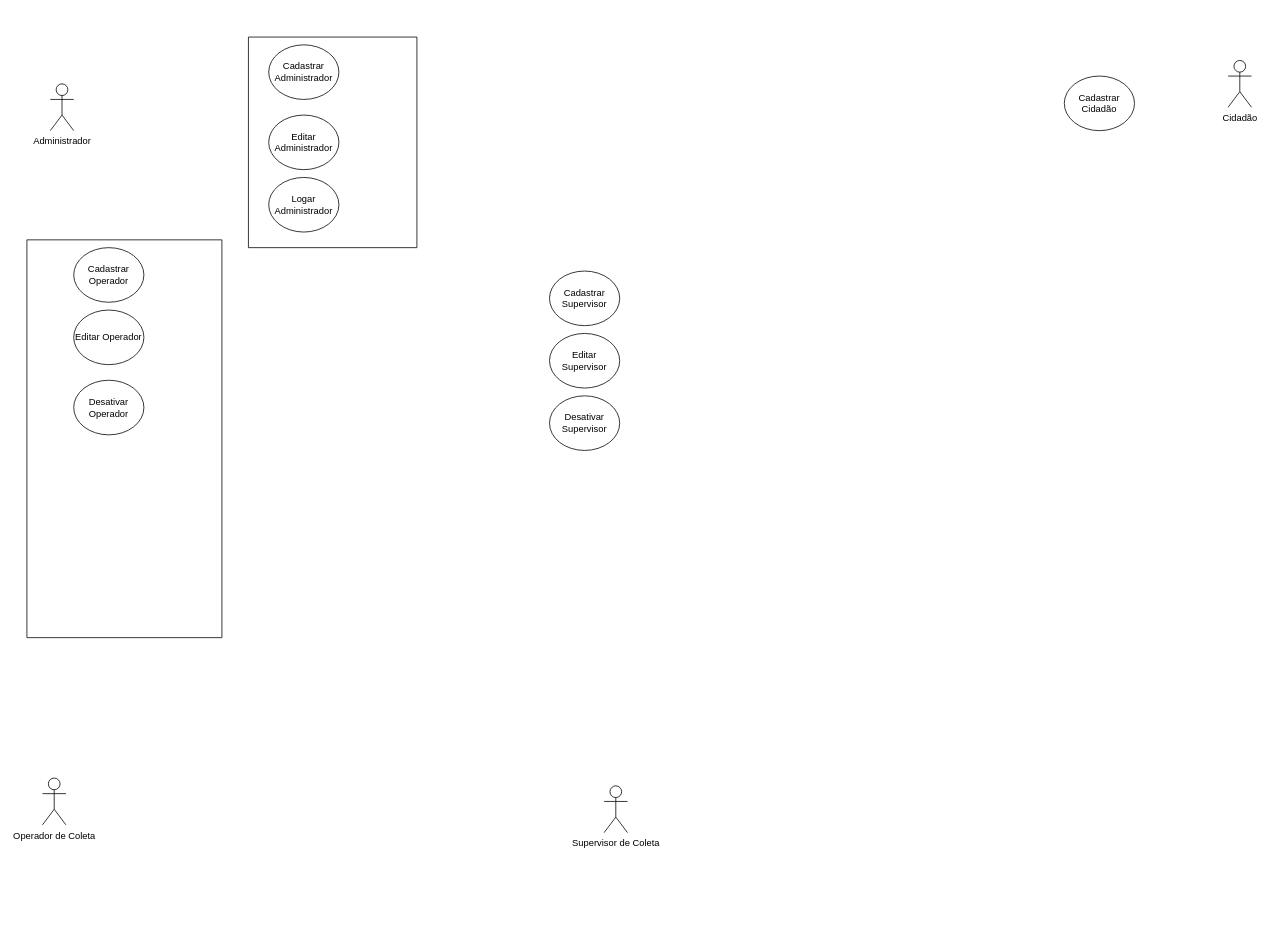
MarceloP25/Sistema-de-Gestao-de-Coleta-de-Lixo-e-Reciclaveis---LPS keeps this draw.io diagram as Caso de Uso.drawio. Above is the earlier version. Source tidied: cells renumbered, new cells numbered last; positions are measured from the earlier drawing's top-left corner, leaving out a move shared by most shapes. Both pictures are drawn from the tidied source at 78%, with x=0, y=0 at pixel (27, 37).
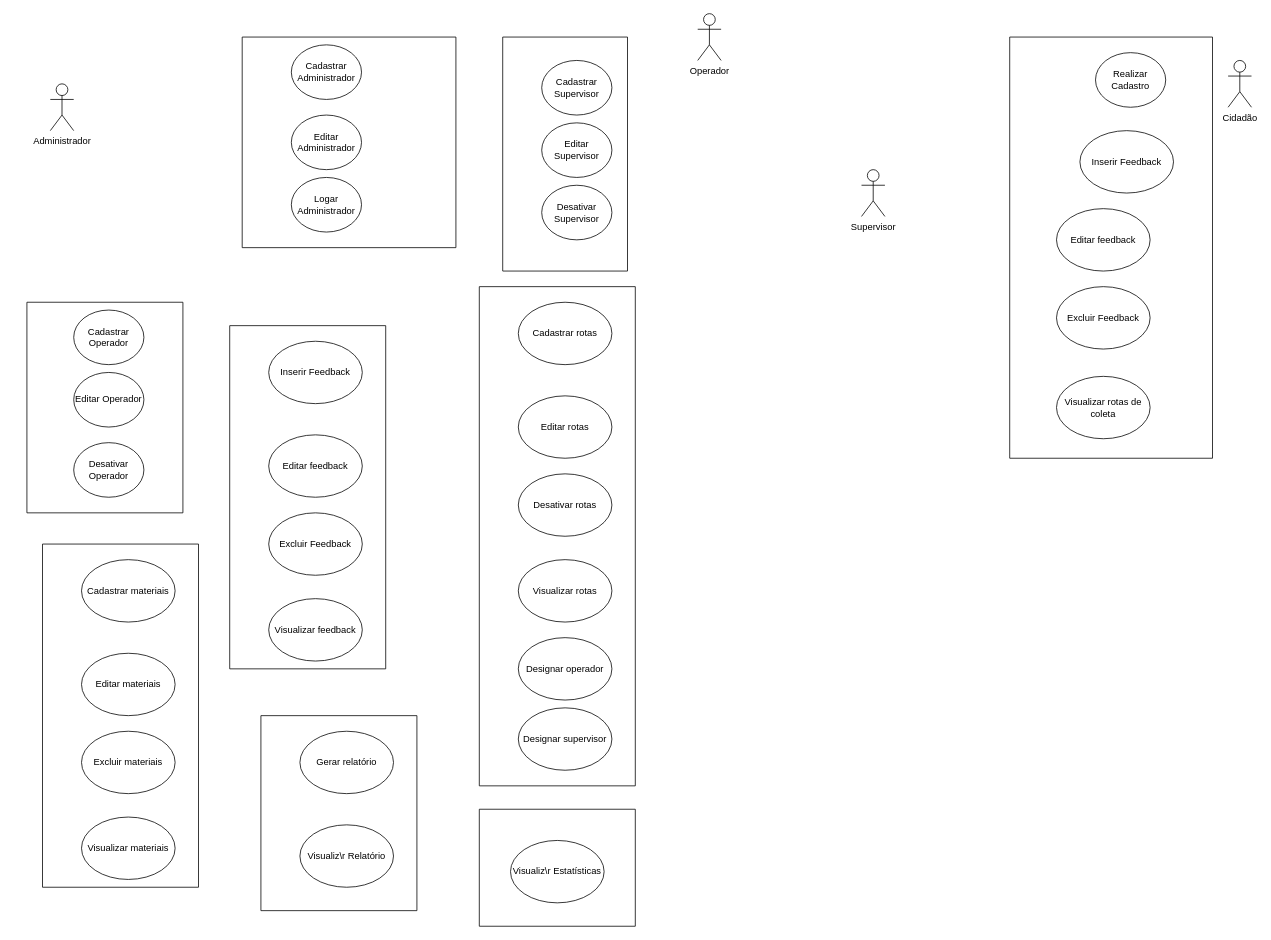
Above is the later version.

What changed in the source:
```diff
@@
-    <mxCell id="4" value="Operador de Coleta&lt;div&gt;&lt;br&gt;&lt;/div&gt;" style="shape=umlActor;verticalLabelPosition=bottom;verticalAlign=top;html=1;" parent="1" vertex="1">
-      <mxGeometry x="20" y="950" width="30" height="60" as="geometry" />
-    </mxCell>
-    <mxCell id="5" value="Supervisor de Coleta&lt;div&gt;&lt;br&gt;&lt;/div&gt;" style="shape=umlActor;verticalLabelPosition=bottom;verticalAlign=top;html=1;" parent="1" vertex="1">
-      <mxGeometry x="740" y="960" width="30" height="60" as="geometry" />
-    </mxCell>
     <mxCell id="6" value="Cadastrar Supervisor" style="ellipse;whiteSpace=wrap;html=1;" parent="1" vertex="1">
-      <mxGeometry x="670" y="300" width="90" height="70" as="geometry" />
+      <mxGeometry x="660" y="30" width="90" height="70" as="geometry" />
     </mxCell>
-    <mxCell id="7" value="Cadastrar Cidadão" style="ellipse;whiteSpace=wrap;html=1;" parent="1" vertex="1">
-      <mxGeometry x="1330" y="50" width="90" height="70" as="geometry" />
-    </mxCell>
     <mxCell id="8" value="Editar Supervisor" style="ellipse;whiteSpace=wrap;html=1;" parent="1" vertex="1">
-      <mxGeometry x="670" y="380" width="90" height="70" as="geometry" />
+      <mxGeometry x="660" y="110" width="90" height="70" as="geometry" />
     </mxCell>
     <mxCell id="9" value="Desativar Supervisor" style="ellipse;whiteSpace=wrap;html=1;" parent="1" vertex="1">
-      <mxGeometry x="670" y="460" width="90" height="70" as="geometry" />
+      <mxGeometry x="660" y="190" width="90" height="70" as="geometry" />
     </mxCell>
     <mxCell id="10" style="swimlane;startSize=0;" parent="1" vertex="1">
-      <mxGeometry x="284" width="216" height="270" as="geometry" />
+      <mxGeometry x="276" width="274" height="270" as="geometry" />
     </mxCell>
     <mxCell id="11" value="Logar Administrador" style="ellipse;whiteSpace=wrap;html=1;" parent="10" vertex="1">
-      <mxGeometry x="26" y="180" width="90" height="70" as="geometry" />
+      <mxGeometry x="63" y="180" width="90" height="70" as="geometry" />
     </mxCell>
     <mxCell id="12" value="Editar Administrador" style="ellipse;whiteSpace=wrap;html=1;" parent="10" vertex="1">
-      <mxGeometry x="26" y="100" width="90" height="70" as="geometry" />
+      <mxGeometry x="63" y="100" width="90" height="70" as="geometry" />
     </mxCell>
     <mxCell id="13" value="Cadastrar Administrador" style="ellipse;whiteSpace=wrap;html=1;" parent="10" vertex="1">
-      <mxGeometry x="26" y="10" width="90" height="70" as="geometry" />
+      <mxGeometry x="63" y="10" width="90" height="70" as="geometry" />
     </mxCell>
     <mxCell id="14" style="swimlane;startSize=0;" parent="1" vertex="1">
-      <mxGeometry y="260" width="250" height="510" as="geometry" />
+      <mxGeometry y="340" width="200" height="270" as="geometry" />
     </mxCell>
@@
+    <mxCell id="18" value="Visualizar rotas de coleta" style="ellipse;whiteSpace=wrap;html=1;" parent="1" vertex="1">
+      <mxGeometry x="1320" y="435" width="120" height="80" as="geometry" />
+    </mxCell>
+    <mxCell id="19" value="Editar feedback" style="ellipse;whiteSpace=wrap;html=1;" parent="1" vertex="1">
+      <mxGeometry x="1320" y="220" width="120" height="80" as="geometry" />
+    </mxCell>
+    <mxCell id="20" value="Excluir Feedback" style="ellipse;whiteSpace=wrap;html=1;" parent="1" vertex="1">
+      <mxGeometry x="1320" y="320" width="120" height="80" as="geometry" />
+    </mxCell>
+    <mxCell id="21" value="Inserir Feedback" style="ellipse;whiteSpace=wrap;html=1;" parent="1" vertex="1">
+      <mxGeometry x="310" y="390" width="120" height="80" as="geometry" />
+    </mxCell>
+    <mxCell id="22" value="Editar feedback" style="ellipse;whiteSpace=wrap;html=1;" parent="1" vertex="1">
+      <mxGeometry x="310" y="510" width="120" height="80" as="geometry" />
+    </mxCell>
+    <mxCell id="23" value="Excluir Feedback" style="ellipse;whiteSpace=wrap;html=1;" parent="1" vertex="1">
+      <mxGeometry x="310" y="610" width="120" height="80" as="geometry" />
+    </mxCell>
+    <mxCell id="24" style="swimlane;startSize=0;" parent="1" vertex="1">
+      <mxGeometry x="1260" width="260" height="540" as="geometry" />
+    </mxCell>
+    <mxCell id="7" value="Realizar Cadastro" style="ellipse;whiteSpace=wrap;html=1;" parent="24" vertex="1">
+      <mxGeometry x="110" y="20" width="90" height="70" as="geometry" />
+    </mxCell>
+    <mxCell id="25" value="Inserir Feedback" style="ellipse;whiteSpace=wrap;html=1;" parent="24" vertex="1">
+      <mxGeometry x="90" y="120" width="120" height="80" as="geometry" />
+    </mxCell>
+    <mxCell id="26" value="Visualizar feedback" style="ellipse;whiteSpace=wrap;html=1;" parent="1" vertex="1">
+      <mxGeometry x="310" y="720" width="120" height="80" as="geometry" />
+    </mxCell>
+    <mxCell id="27" style="swimlane;startSize=0;" parent="1" vertex="1">
+      <mxGeometry x="610" width="160" height="300" as="geometry" />
+    </mxCell>
+    <mxCell id="28" style="swimlane;startSize=0;" parent="1" vertex="1">
+      <mxGeometry x="260" y="370" width="200" height="440" as="geometry" />
+    </mxCell>
+    <mxCell id="29" value="Cadastrar materiais" style="ellipse;whiteSpace=wrap;html=1;" parent="1" vertex="1">
+      <mxGeometry x="70" y="670" width="120" height="80" as="geometry" />
+    </mxCell>
+    <mxCell id="30" value="Editar materiais" style="ellipse;whiteSpace=wrap;html=1;" parent="1" vertex="1">
+      <mxGeometry x="70" y="790" width="120" height="80" as="geometry" />
+    </mxCell>
+    <mxCell id="31" value="Excluir materiais" style="ellipse;whiteSpace=wrap;html=1;" parent="1" vertex="1">
+      <mxGeometry x="70" y="890" width="120" height="80" as="geometry" />
+    </mxCell>
+    <mxCell id="32" value="Visualizar materiais" style="ellipse;whiteSpace=wrap;html=1;" parent="1" vertex="1">
+      <mxGeometry x="70" y="1000" width="120" height="80" as="geometry" />
+    </mxCell>
+    <mxCell id="33" style="swimlane;startSize=0;" parent="1" vertex="1">
+      <mxGeometry x="20" y="650" width="200" height="440" as="geometry" />
+    </mxCell>
+    <mxCell id="34" value="Cadastrar rotas" style="ellipse;whiteSpace=wrap;html=1;" parent="1" vertex="1">
+      <mxGeometry x="630" y="340" width="120" height="80" as="geometry" />
+    </mxCell>
+    <mxCell id="35" value="Editar rotas" style="ellipse;whiteSpace=wrap;html=1;" parent="1" vertex="1">
+      <mxGeometry x="630" y="460" width="120" height="80" as="geometry" />
+    </mxCell>
+    <mxCell id="36" value="Desativar&amp;nbsp;&lt;span style=&quot;background-color: initial;&quot;&gt;rotas&lt;/span&gt;" style="ellipse;whiteSpace=wrap;html=1;" parent="1" vertex="1">
+      <mxGeometry x="630" y="560" width="120" height="80" as="geometry" />
+    </mxCell>
+    <mxCell id="37" value="Visualizar rotas" style="ellipse;whiteSpace=wrap;html=1;" parent="1" vertex="1">
+      <mxGeometry x="630" y="670" width="120" height="80" as="geometry" />
+    </mxCell>
+    <mxCell id="38" style="swimlane;startSize=0;" parent="1" vertex="1">
+      <mxGeometry x="580" y="320" width="200" height="640" as="geometry" />
+    </mxCell>
+    <mxCell id="39" value="Designar operador" style="ellipse;whiteSpace=wrap;html=1;" parent="38" vertex="1">
+      <mxGeometry x="50" y="450" width="120" height="80" as="geometry" />
+    </mxCell>
+    <mxCell id="40" value="Designar supervisor" style="ellipse;whiteSpace=wrap;html=1;" parent="38" vertex="1">
+      <mxGeometry x="50" y="540" width="120" height="80" as="geometry" />
+    </mxCell>
+    <mxCell id="41" value="Gerar relatório" style="ellipse;whiteSpace=wrap;html=1;" parent="1" vertex="1">
+      <mxGeometry x="350" y="890" width="120" height="80" as="geometry" />
+    </mxCell>
+    <mxCell id="42" value="Visualiz\r Relatório" style="ellipse;whiteSpace=wrap;html=1;" parent="1" vertex="1">
+      <mxGeometry x="350" y="1010" width="120" height="80" as="geometry" />
+    </mxCell>
+    <mxCell id="43" style="swimlane;startSize=0;" parent="1" vertex="1">
+      <mxGeometry x="300" y="870" width="200" height="250" as="geometry" />
+    </mxCell>
+    <mxCell id="44" style="swimlane;startSize=0;" parent="1" vertex="1">
+      <mxGeometry x="580" y="990" width="200" height="150" as="geometry" />
+    </mxCell>
+    <mxCell id="45" value="Visualiz\r Estatísticas" style="ellipse;whiteSpace=wrap;html=1;" parent="44" vertex="1">
+      <mxGeometry x="40" y="40" width="120" height="80" as="geometry" />
+    </mxCell>
+    <mxCell id="46" value="Operador&lt;div&gt;&lt;br&gt;&lt;/div&gt;" style="shape=umlActor;verticalLabelPosition=bottom;verticalAlign=top;html=1;" parent="1" vertex="1">
+      <mxGeometry x="860" y="-30" width="30" height="60" as="geometry" />
+    </mxCell>
+    <mxCell id="47" value="Supervisor" style="shape=umlActor;verticalLabelPosition=bottom;verticalAlign=top;html=1;" parent="1" vertex="1">
+      <mxGeometry x="1070" y="170" width="30" height="60" as="geometry" />
+    </mxCell>
```
